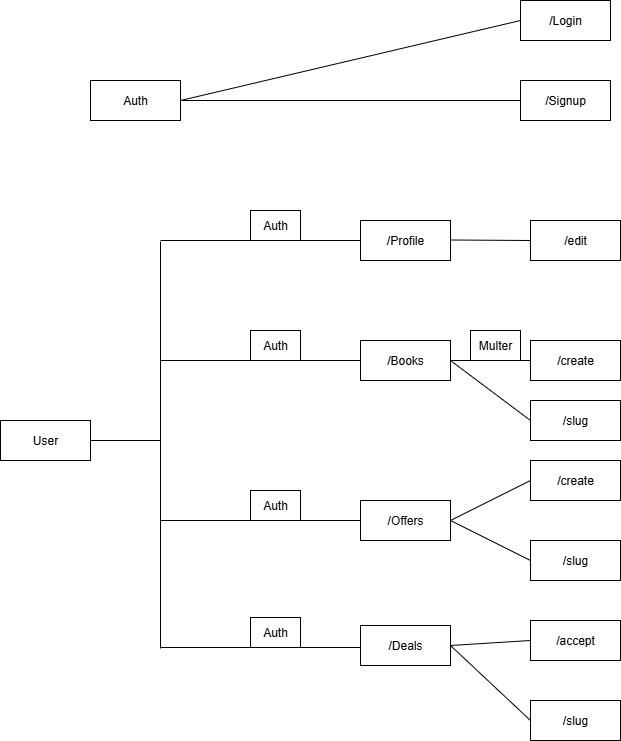
The draw.io diagram Designs/Endpoints/Untitled Diagram.drawio.png in MUHAMMADFARHAN1/Buchtausch, before a commit. Source tidied: cells renumbered, new cells last; positions are measured from the earlier drawing's top-left corner, leaving out a move shared by most shapes.
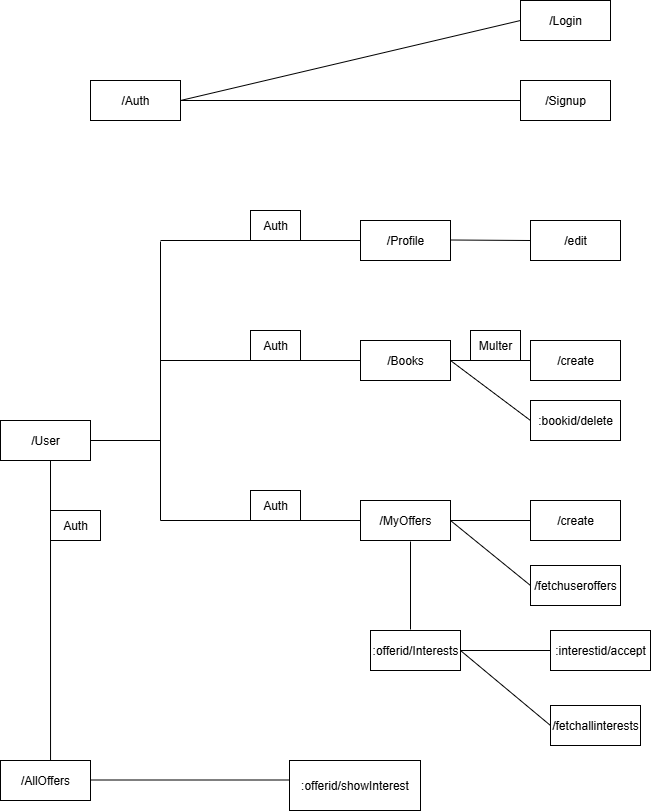
The same file after the commit.

The edit, as a diff of the source:
```diff
@@ -2,10 +2,10 @@
   <root>
     <mxCell id="0" />
     <mxCell id="1" parent="0" />
-    <mxCell id="2" value="Auth" style="rounded=0;whiteSpace=wrap;html=1;" parent="1" vertex="1">
+    <mxCell id="2" value="/Auth" style="rounded=0;whiteSpace=wrap;html=1;" parent="1" vertex="1">
       <mxGeometry x="90" y="80" width="90" height="40" as="geometry" />
     </mxCell>
-    <mxCell id="3" value="User" style="rounded=0;whiteSpace=wrap;html=1;" parent="1" vertex="1">
+    <mxCell id="3" value="/User" style="rounded=0;whiteSpace=wrap;html=1;" parent="1" vertex="1">
       <mxGeometry y="420" width="90" height="40" as="geometry" />
     </mxCell>
     <mxCell id="4" value="/Login" style="rounded=0;whiteSpace=wrap;html=1;" parent="1" vertex="1">
@@ -20,11 +20,11 @@
     <mxCell id="7" value="/Books" style="rounded=0;whiteSpace=wrap;html=1;" parent="1" vertex="1">
       <mxGeometry x="360" y="340" width="90" height="40" as="geometry" />
     </mxCell>
-    <mxCell id="8" value="/Offers" style="rounded=0;whiteSpace=wrap;html=1;" parent="1" vertex="1">
+    <mxCell id="8" value="/MyOffers" style="rounded=0;whiteSpace=wrap;html=1;" parent="1" vertex="1">
       <mxGeometry x="360" y="500" width="90" height="40" as="geometry" />
     </mxCell>
-    <mxCell id="9" value="/Deals" style="rounded=0;whiteSpace=wrap;html=1;" parent="1" vertex="1">
-      <mxGeometry x="360" y="625" width="90" height="40" as="geometry" />
+    <mxCell id="9" value=":offerid/Interests" style="rounded=0;whiteSpace=wrap;html=1;" parent="1" vertex="1">
+      <mxGeometry x="370" y="630" width="90" height="40" as="geometry" />
     </mxCell>
     <mxCell id="10" value="/edit" style="rounded=0;whiteSpace=wrap;html=1;" parent="1" vertex="1">
       <mxGeometry x="530" y="220" width="90" height="40" as="geometry" />
@@ -32,20 +32,20 @@
     <mxCell id="11" value="/create" style="rounded=0;whiteSpace=wrap;html=1;" parent="1" vertex="1">
       <mxGeometry x="530" y="340" width="90" height="40" as="geometry" />
     </mxCell>
-    <mxCell id="12" value="/slug" style="rounded=0;whiteSpace=wrap;html=1;" parent="1" vertex="1">
+    <mxCell id="12" value=":bookid/delete" style="rounded=0;whiteSpace=wrap;html=1;" parent="1" vertex="1">
       <mxGeometry x="530" y="400" width="90" height="40" as="geometry" />
     </mxCell>
     <mxCell id="13" value="/create" style="rounded=0;whiteSpace=wrap;html=1;" parent="1" vertex="1">
-      <mxGeometry x="530" y="460" width="90" height="40" as="geometry" />
+      <mxGeometry x="530" y="500" width="90" height="40" as="geometry" />
     </mxCell>
-    <mxCell id="14" value="/slug" style="rounded=0;whiteSpace=wrap;html=1;" parent="1" vertex="1">
-      <mxGeometry x="530" y="540" width="90" height="40" as="geometry" />
+    <mxCell id="14" value="/fetchuseroffers" style="rounded=0;whiteSpace=wrap;html=1;" parent="1" vertex="1">
+      <mxGeometry x="530" y="565" width="90" height="40" as="geometry" />
     </mxCell>
-    <mxCell id="15" value="/accept" style="rounded=0;whiteSpace=wrap;html=1;" parent="1" vertex="1">
-      <mxGeometry x="530" y="620" width="90" height="40" as="geometry" />
+    <mxCell id="15" value=":interestid/accept" style="rounded=0;whiteSpace=wrap;html=1;" parent="1" vertex="1">
+      <mxGeometry x="550" y="630" width="100" height="40" as="geometry" />
     </mxCell>
-    <mxCell id="16" value="/slug" style="rounded=0;whiteSpace=wrap;html=1;" parent="1" vertex="1">
-      <mxGeometry x="530" y="700" width="90" height="40" as="geometry" />
+    <mxCell id="16" value="/fetchallinterests" style="rounded=0;whiteSpace=wrap;html=1;" parent="1" vertex="1">
+      <mxGeometry x="550" y="705" width="90" height="40" as="geometry" />
     </mxCell>
     <mxCell id="17" style="endArrow=none;html=1;rounded=0;entryX=0;entryY=0.5;entryDx=0;entryDy=0;" parent="1" edge="1">
       <mxGeometry relative="1" as="geometry">
@@ -63,16 +63,16 @@
         <mxPoint x="160" y="520" as="sourcePoint" />
       </mxGeometry>
     </mxCell>
-    <mxCell id="20" style="endArrow=none;html=1;rounded=0;entryX=0;entryY=0.5;entryDx=0;entryDy=0;" parent="1" edge="1">
+    <mxCell id="20" style="endArrow=none;html=1;rounded=0;" parent="1" edge="1">
       <mxGeometry relative="1" as="geometry">
-        <mxPoint x="160" y="647" as="sourcePoint" />
-        <mxPoint x="360" y="647" as="targetPoint" />
+        <mxPoint x="410" y="541" as="sourcePoint" />
+        <mxPoint x="410" y="629" as="targetPoint" />
       </mxGeometry>
     </mxCell>
     <mxCell id="21" style="endArrow=none;html=1;rounded=0;" parent="1" edge="1">
       <mxGeometry relative="1" as="geometry">
         <mxPoint x="160" y="241" as="sourcePoint" />
-        <mxPoint x="160" y="648" as="targetPoint" />
+        <mxPoint x="160" y="520" as="targetPoint" />
       </mxGeometry>
     </mxCell>
     <mxCell id="22" style="endArrow=none;html=1;rounded=0;entryX=0;entryY=0.5;entryDx=0;entryDy=0;" parent="1" edge="1" target="10">
@@ -120,11 +120,28 @@
     <mxCell id="34" value="Auth" style="rounded=0;whiteSpace=wrap;html=1;" parent="1" vertex="1">
       <mxGeometry x="250" y="490" width="50" height="30" as="geometry" />
     </mxCell>
+    <mxCell id="36" value="Multer" style="rounded=0;whiteSpace=wrap;html=1;" parent="1" vertex="1">
+      <mxGeometry x="470" y="330" width="50" height="30" as="geometry" />
+    </mxCell>
+    <mxCell id="37" value="/AllOffers" style="rounded=0;whiteSpace=wrap;html=1;" parent="1" vertex="1">
+      <mxGeometry y="760" width="90" height="40" as="geometry" />
+    </mxCell>
+    <mxCell id="38" style="endArrow=none;html=1;rounded=0;entryX=0;entryY=0.5;entryDx=0;entryDy=0;" parent="1" edge="1">
+      <mxGeometry relative="1" as="geometry">
+        <mxPoint x="90" y="779.5" as="sourcePoint" />
+        <mxPoint x="290" y="779.5" as="targetPoint" />
+      </mxGeometry>
+    </mxCell>
+    <mxCell id="39" value=":offerid/showInterest" style="rounded=0;whiteSpace=wrap;html=1;" parent="1" vertex="1">
+      <mxGeometry x="289" y="760" width="131" height="50" as="geometry" />
+    </mxCell>
+    <mxCell id="40" style="endArrow=none;html=1;rounded=0;entryX=0.556;entryY=0;entryDx=0;entryDy=0;entryPerimeter=0;" parent="1" edge="1" target="37">
+      <mxGeometry relative="1" as="geometry">
+        <mxPoint x="50" y="460" as="sourcePoint" />
+      </mxGeometry>
+    </mxCell>
     <mxCell id="35" value="Auth" style="rounded=0;whiteSpace=wrap;html=1;" parent="1" vertex="1">
-      <mxGeometry x="250" y="617" width="50" height="30" as="geometry" />
+      <mxGeometry x="50" y="510" width="50" height="30" as="geometry" />
     </mxCell>
-    <mxCell id="36" value="Multer" style="rounded=0;whiteSpace=wrap;html=1;" parent="1" vertex="1">
-      <mxGeometry x="470" y="330" width="50" height="30" as="geometry" />
-    </mxCell>
   </root>
 </mxGraphModel>
```
